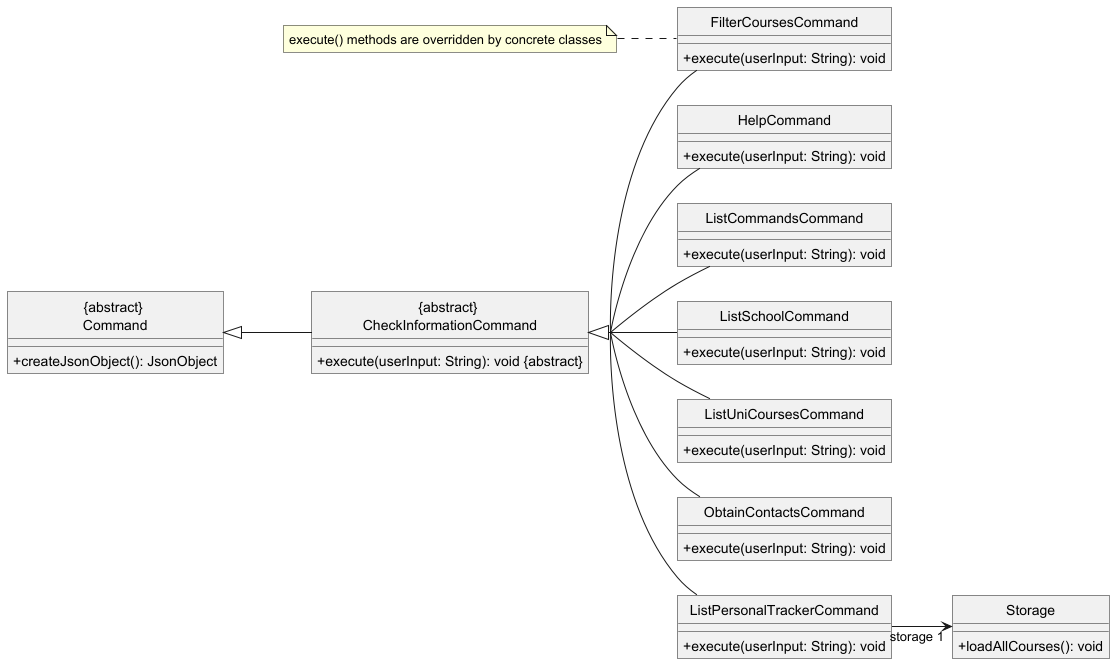
Earlier version of the PlantUML export docs/images/CheckInformationCommandClass.png (nus-cs2113-AY2425S1/tp). Source of this version:
```plantuml
@startuml
!include .ClassDiagram.config
left to right direction

class Command as "{abstract} \nCommand"{
    +createJsonObject(): JsonObject
}

class CheckInformationCommand as "{abstract} \nCheckInformationCommand" extends Command {
    +execute(userInput: String): void ABSTRACT
}


class FilterCoursesCommand extends CheckInformationCommand {
    +execute(userInput: String): void
}

class HelpCommand extends CheckInformationCommand {
    +execute(userInput: String): void
}

class ListCommandsCommand extends CheckInformationCommand {
    +execute(userInput: String): void
}

class ListSchoolCommand extends CheckInformationCommand {
    +execute(userInput: String): void
}

class ListUniCoursesCommand extends CheckInformationCommand {
    +execute(userInput: String): void
}

class ObtainContactsCommand extends CheckInformationCommand {
    +execute(userInput: String): void
}

class ListPersonalTrackerCommand extends CheckInformationCommand {
    +execute(userInput: String): void
}

ListPersonalTrackerCommand --> "storage 1" Storage
Storage : +loadAllCourses(): void

note "execute() methods are overridden by concrete classes" as N1
N1..FilterCoursesCommand

@enduml
```
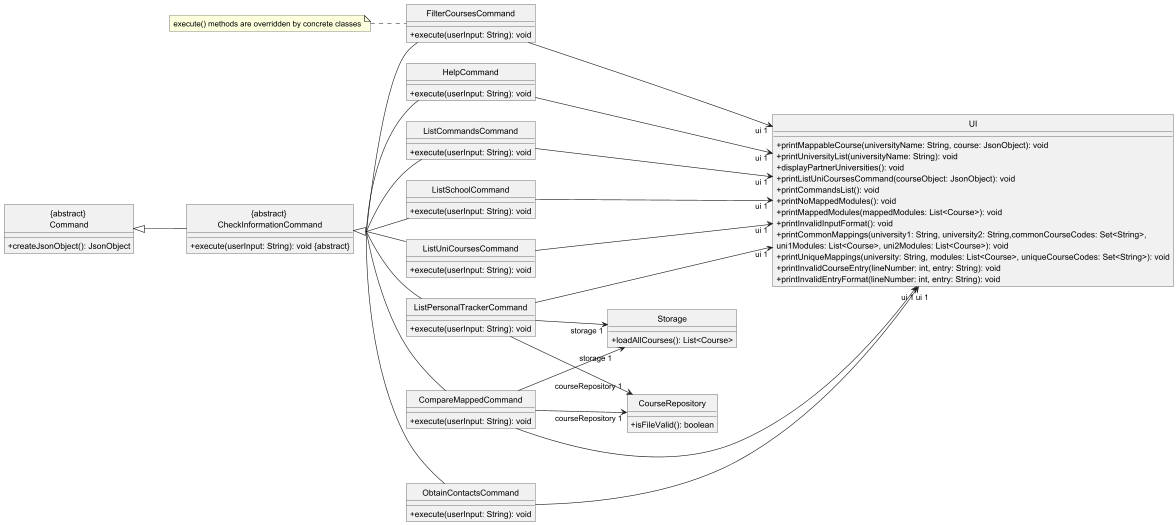
Above is the later version.

Change to the diagram source:
```diff
@@ -1,5 +1,12 @@
 @startuml
-!include .ClassDiagram.config
+hide circle
+!define ABSTRACT &#123;abstract&#125;
+skinparam {
+    groupInheritance 2
+    classAttributeIconSize 0
+    style strictuml
+    roundCorner 0
+}
 left to right direction
 
 class Command as "{abstract} \nCommand"{
@@ -39,8 +46,48 @@
     +execute(userInput: String): void
 }
 
-ListPersonalTrackerCommand --> "storage 1" Storage
-Storage : +loadAllCourses(): void
+class CompareMappedCommand extends CheckInformationCommand {
+    +execute(userInput: String): void
+}
+
+class Storage {
+    +loadAllCourses(): List<Course>
+}
+
+class CourseRepository {
+    +isFileValid(): boolean
+}
+
+class UI {
+    +printMappableCourse(universityName: String, course: JsonObject): void
+    +printUniversityList(universityName: String): void
+    +displayPartnerUniversities(): void
+    +printListUniCoursesCommand(courseObject: JsonObject): void
+    +printCommandsList(): void
+    +printNoMappedModules(): void
+    +printMappedModules(mappedModules: List<Course>): void
+    +printInvalidInputFormat(): void
+    +printCommonMappings(university1: String, university2: String,commonCourseCodes: Set<String>,
+            uni1Modules: List<Course>, uni2Modules: List<Course>): void
+    +printUniqueMappings(university: String, modules: List<Course>, uniqueCourseCodes: Set<String>): void
+    +printInvalidCourseEntry(lineNumber: int, entry: String): void
+    +printInvalidEntryFormat(lineNumber: int, entry: String): void
+}
+
+ListPersonalTrackerCommand ---> "storage 1" Storage
+CompareMappedCommand ---> "storage 1" Storage
+
+ListPersonalTrackerCommand ---> "courseRepository 1" CourseRepository
+CompareMappedCommand ---> "courseRepository 1" CourseRepository
+
+ListPersonalTrackerCommand ----> "ui 1" UI
+FilterCoursesCommand ----> "ui 1" UI
+ListSchoolCommand ----> "ui 1" UI
+ListCommandsCommand ----> "ui 1" UI
+HelpCommand ----> "ui 1" UI
+ListUniCoursesCommand ----> "ui 1" UI
+ObtainContactsCommand ----> "ui 1" UI
+CompareMappedCommand ----> "ui 1" UI
 
 note "execute() methods are overridden by concrete classes" as N1
 N1..FilterCoursesCommand
```
